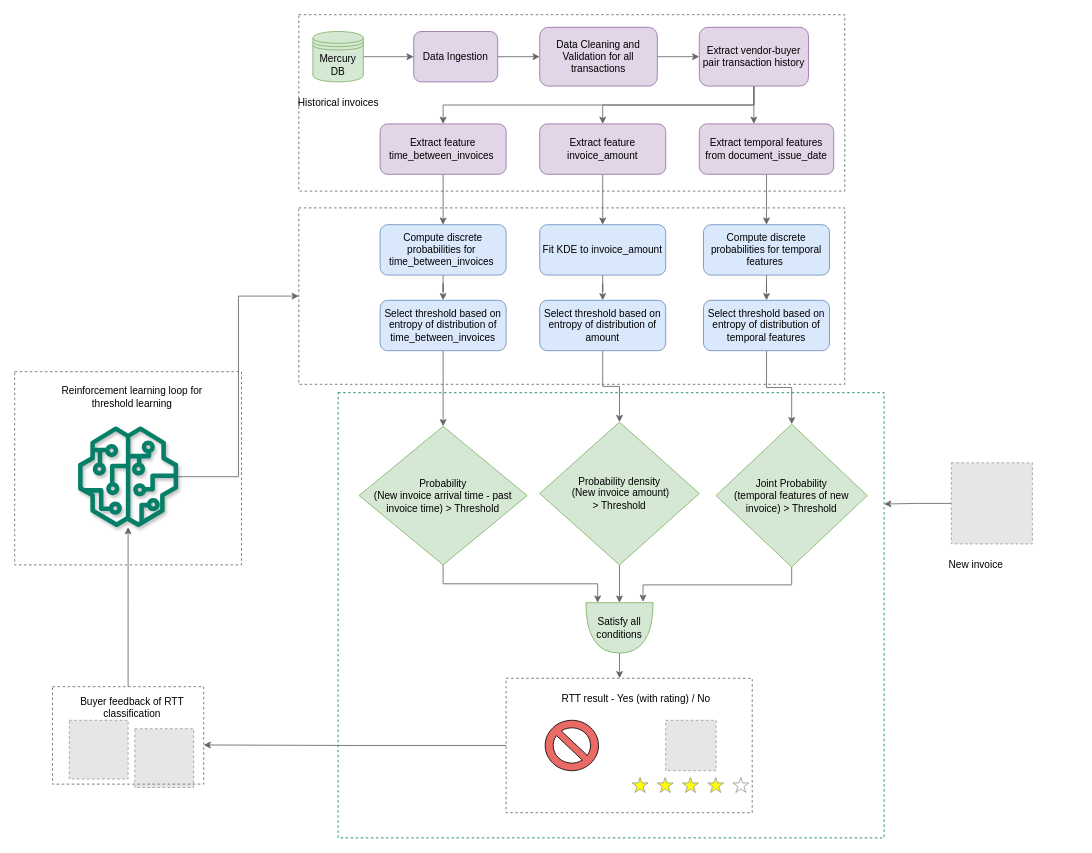
This is Untitled Diagram.drawio from sjster/draw.io, a draw.io file, before an edit. Source tidied: cells renumbered, new cells numbered last; positions are measured from the earlier drawing's top-left corner, leaving out a move shared by most shapes. Both pictures are drawn from the tidied source at 84%, with x=0, y=0 at pixel (14, 14). Pictures stored in the file or linked from it are replaced by grey dashed boxes.
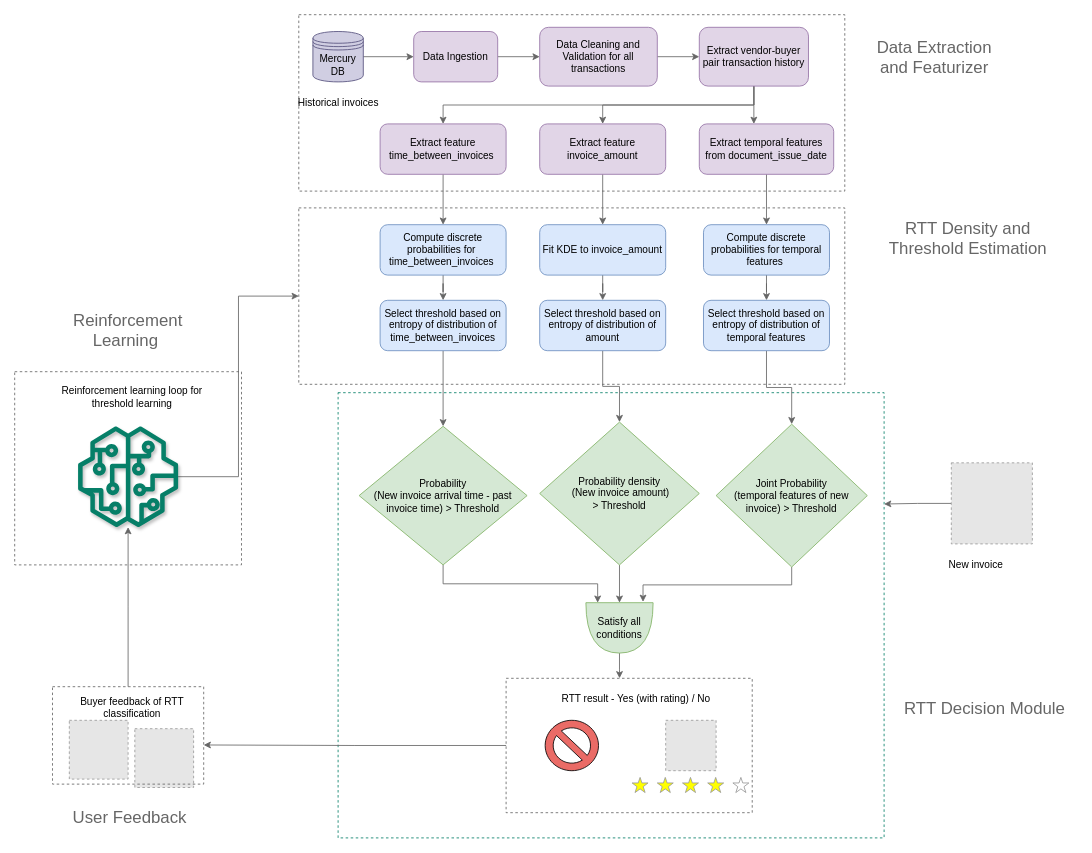
The same diagram, later.

Change to the diagram source:
```diff
@@
-    <mxCell id="10" value="Mercury DB" style="shape=datastore;whiteSpace=wrap;html=1;fillColor=#d5e8d4;strokeColor=#82b366;" parent="1" vertex="1">
+    <mxCell id="10" value="Mercury DB" style="shape=datastore;whiteSpace=wrap;html=1;fillColor=#d0cee2;strokeColor=#56517e;" parent="1" vertex="1">
       <mxGeometry x="355" y="20" width="60" height="60" as="geometry" />
     </mxCell>
@@
+    <mxCell id="61" value="&lt;font color=&quot;#666666&quot;&gt;&lt;span style=&quot;font-size: 20px;&quot;&gt;Data Extraction and Featurizer&lt;/span&gt;&lt;/font&gt;" style="text;html=1;strokeColor=none;fillColor=none;align=center;verticalAlign=middle;whiteSpace=wrap;rounded=0;shadow=0;glass=0;dashed=1;labelBackgroundColor=none;sketch=0;strokeWidth=1;fontColor=#000000;" parent="1" vertex="1">
+      <mxGeometry x="1015" y="35" width="160" height="30" as="geometry" />
+    </mxCell>
+    <mxCell id="62" value="&lt;font color=&quot;#666666&quot; style=&quot;font-size: 20px;&quot;&gt;RTT Density and Threshold Estimation&lt;/font&gt;" style="text;html=1;strokeColor=none;fillColor=none;align=center;verticalAlign=middle;whiteSpace=wrap;rounded=0;shadow=0;glass=0;dashed=1;labelBackgroundColor=none;sketch=0;strokeWidth=1;fontColor=#000000;" parent="1" vertex="1">
+      <mxGeometry x="1025" y="250" width="220" height="30" as="geometry" />
+    </mxCell>
+    <mxCell id="63" value="&lt;font color=&quot;#666666&quot; style=&quot;font-size: 20px;&quot;&gt;RTT Decision Module&lt;/font&gt;" style="text;html=1;strokeColor=none;fillColor=none;align=center;verticalAlign=middle;whiteSpace=wrap;rounded=0;shadow=0;glass=0;dashed=1;labelBackgroundColor=none;sketch=0;strokeWidth=1;fontColor=#000000;" parent="1" vertex="1">
+      <mxGeometry x="1045" y="810" width="220" height="30" as="geometry" />
+    </mxCell>
+    <mxCell id="64" value="&lt;font color=&quot;#666666&quot; style=&quot;font-size: 20px;&quot;&gt;User Feedback&amp;nbsp;&lt;/font&gt;" style="text;html=1;strokeColor=none;fillColor=none;align=center;verticalAlign=middle;whiteSpace=wrap;rounded=0;shadow=0;glass=0;dashed=1;labelBackgroundColor=none;sketch=0;strokeWidth=1;fontColor=#000000;" parent="1" vertex="1">
+      <mxGeometry x="30" y="940" width="220" height="30" as="geometry" />
+    </mxCell>
+    <mxCell id="65" value="&lt;font color=&quot;#666666&quot; style=&quot;font-size: 20px;&quot;&gt;Reinforcement Learning&amp;nbsp;&lt;/font&gt;" style="text;html=1;strokeColor=none;fillColor=none;align=center;verticalAlign=middle;whiteSpace=wrap;rounded=0;shadow=0;glass=0;dashed=1;labelBackgroundColor=none;sketch=0;strokeWidth=1;fontColor=#000000;" parent="1" vertex="1">
+      <mxGeometry x="25" y="360" width="220" height="30" as="geometry" />
+    </mxCell>
```
